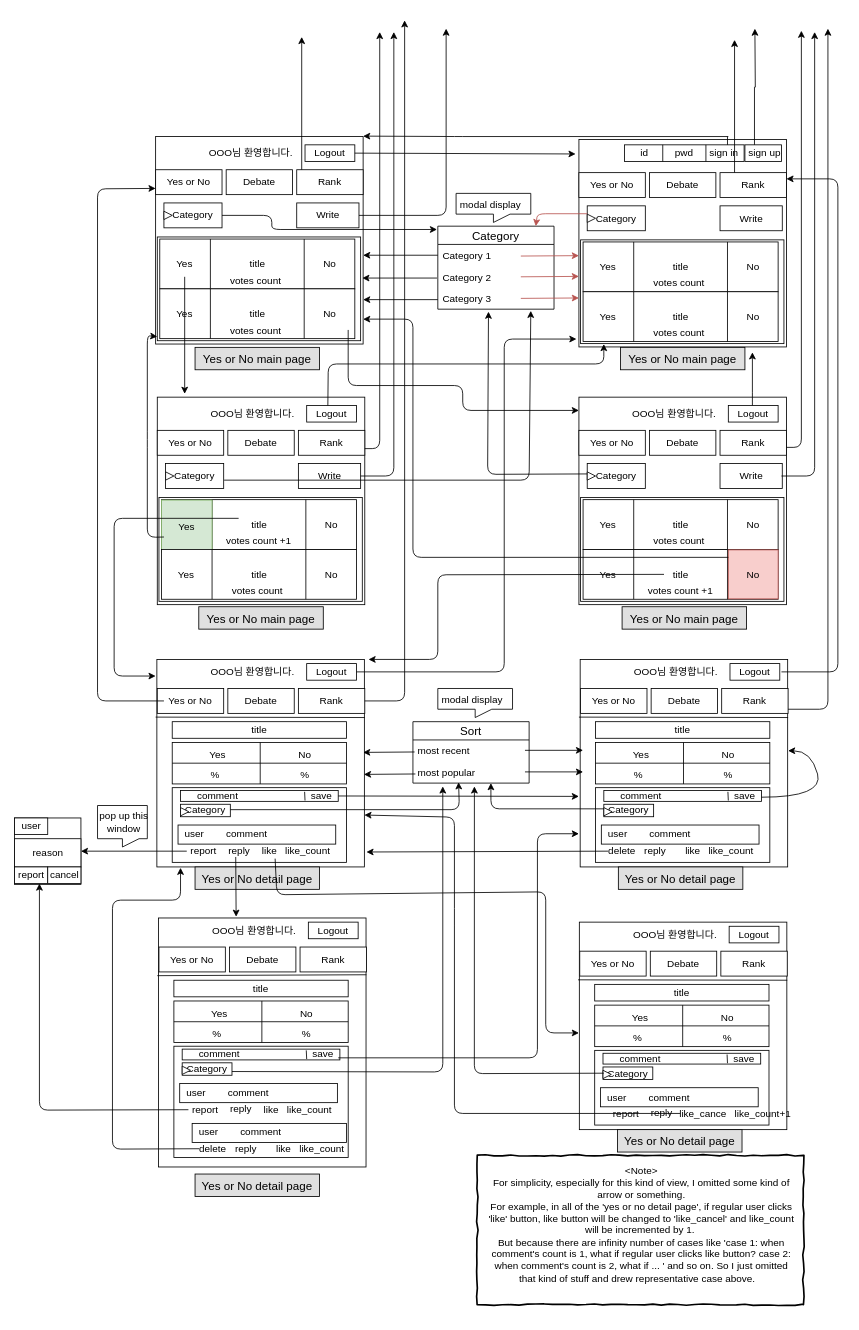
monchana/TalkCraft keeps this draw.io diagram as drawio_images/swpp201901_debate_Diagram.drawio. Above is the earlier version. Source tidied: cells renumbered, new cells numbered last; positions are measured from the earlier drawing's top-left corner, leaving out a move shared by most shapes. Both pictures are drawn from the tidied source at 83%, with x=0, y=0 at pixel (14, 20).
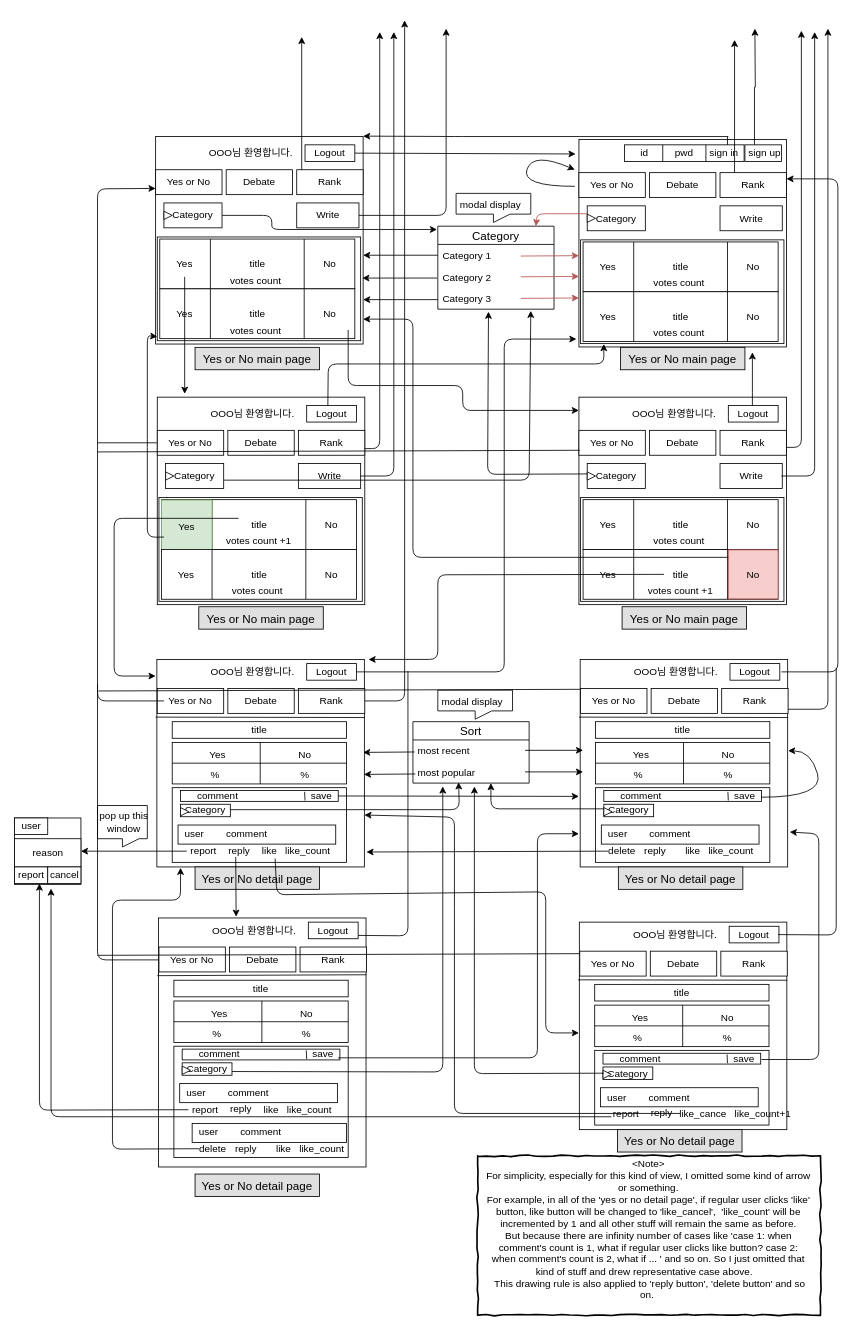
The same diagram, later.

Unchanged cells that the change refers to:
```xml
<mxCell id="171" style="whiteSpace=wrap;html=1;" parent="1" vertex="1">
  <mxGeometry x="681.5" y="770" width="250" height="250" as="geometry" />
</mxCell>
<mxCell id="231" value="cancel" style="html=1;" parent="1" vertex="1">
  <mxGeometry x="40" y="1020" width="40" height="20" as="geometry" />
</mxCell>
```

The edit, as a diff of the source:
```diff
@@
     <mxCell id="2" style="html=1;whiteSpace=wrap;comic=1;strokeWidth=2;fontFamily=Comic Sans MS;fontStyle=1;" parent="1" vertex="1">
-      <mxGeometry x="557.5" y="1367.5" width="393" height="180" as="geometry" />
+      <mxGeometry x="558" y="1368" width="413" height="192" as="geometry" />
     </mxCell>
@@
     <mxCell id="232" style="shape=callout;whiteSpace=wrap;html=1;perimeter=calloutPerimeter;size=10;position=0.5;" parent="1" vertex="1">
-      <mxGeometry x="510" y="805" width="90" height="35" as="geometry" />
+      <mxGeometry x="510" y="807" width="90" height="35" as="geometry" />
     </mxCell>
     <mxCell id="233" value="&amp;nbsp;modal display&lt;br&gt;" style="text;html=1;strokeColor=none;fillColor=none;align=center;verticalAlign=middle;whiteSpace=wrap;rounded=0;" parent="1" vertex="1">
-      <mxGeometry x="510" y="809" width="80" height="20" as="geometry" />
+      <mxGeometry x="510" y="811" width="80" height="20" as="geometry" />
     </mxCell>
@@
-    <mxCell id="314" value="&amp;lt;Note&amp;gt;&lt;br&gt;For simplicity, especially for this kind of view, I omitted some kind of arrow or something. &lt;br&gt;For example, in all of the 'yes or no detail page', if regular user clicks 'like' button, like button will be changed to 'like_cancel' and like_count will be incremented by 1.&amp;nbsp;&lt;br&gt;But because there are infinity number of cases like 'case 1: when comment's count is 1, what if regular user clicks like button? case 2: when comment's count is 2, what if ... ' and so on. So I just omitted that kind of stuff and drew representative case above. &amp;nbsp;&amp;nbsp;&lt;br&gt;&amp;nbsp;" style="text;html=1;strokeColor=none;fillColor=none;align=center;verticalAlign=middle;whiteSpace=wrap;rounded=0;" parent="1" vertex="1">
-      <mxGeometry x="566.5" y="1377.5" width="377" height="160" as="geometry" />
+    <mxCell id="314" value="&amp;lt;Note&amp;gt;&lt;br&gt;For simplicity, especially for this kind of view, I omitted some kind of arrow or something. &lt;br&gt;For example, in all of the 'yes or no detail page', if regular user clicks 'like' button, like button will be changed to 'like_cancel', &amp;nbsp;'like_count' will be incremented by 1 and all other stuff will remain the same as before.&lt;br&gt;But because there are infinity number of cases like 'case 1: when comment's count is 1, what if regular user clicks like button? case 2: when comment's count is 2, what if ... ' and so on. So I just omitted that kind of stuff and drew representative case above. &amp;nbsp;&amp;nbsp;&lt;br&gt;&amp;nbsp;This drawing rule is also applied to 'reply button', 'delete button' and so on.&amp;nbsp;&lt;br&gt;" style="text;html=1;strokeColor=none;fillColor=none;align=center;verticalAlign=middle;whiteSpace=wrap;rounded=0;" parent="1" vertex="1">
+      <mxGeometry x="567" y="1377" width="394" height="160" as="geometry" />
     </mxCell>
+    <mxCell id="315" style="endArrow=classic;html=1;entryX=0.1;entryY=1.3;entryDx=0;entryDy=0;entryPerimeter=0;" parent="1" edge="1" target="231">
+      <mxGeometry relative="1" as="geometry">
+        <mxPoint x="719" y="1321" as="sourcePoint" />
+        <Array as="points">
+          <mxPoint x="44" y="1321" />
+        </Array>
+      </mxGeometry>
+    </mxCell>
+    <mxCell id="316" style="endArrow=classic;html=1;entryX=1.01;entryY=0.832;entryDx=0;entryDy=0;entryPerimeter=0;" parent="1" edge="1" target="171">
+      <mxGeometry relative="1" as="geometry">
+        <mxPoint x="900" y="1252" as="sourcePoint" />
+        <Array as="points">
+          <mxPoint x="969" y="1252" />
+          <mxPoint x="969" y="980" />
+        </Array>
+      </mxGeometry>
+    </mxCell>
+    <mxCell id="317" style="endArrow=none;html=1;" parent="1" edge="1">
+      <mxGeometry relative="1" as="geometry">
+        <mxPoint x="100" y="800" as="sourcePoint" />
+        <mxPoint x="173.5" y="1132" as="targetPoint" />
+        <Array as="points">
+          <mxPoint x="100" y="1132" />
+        </Array>
+      </mxGeometry>
+    </mxCell>
+    <mxCell id="318" style="endArrow=none;html=1;" parent="1" edge="1">
+      <mxGeometry relative="1" as="geometry">
+        <mxPoint x="100" y="509" as="sourcePoint" />
+        <mxPoint x="171.5" y="509" as="targetPoint" />
+      </mxGeometry>
+    </mxCell>
+    <mxCell id="319" style="curved=1;endArrow=classic;html=1;" parent="1" edge="1">
+      <mxGeometry relative="1" as="geometry">
+        <mxPoint x="675" y="200" as="sourcePoint" />
+        <mxPoint x="675" y="180" as="targetPoint" />
+        <Array as="points">
+          <mxPoint x="610" y="200" />
+          <mxPoint x="625" y="158.5" />
+        </Array>
+      </mxGeometry>
+    </mxCell>
+    <mxCell id="320" style="endArrow=none;html=1;" parent="1" edge="1">
+      <mxGeometry relative="1" as="geometry">
+        <mxPoint x="100" y="520" as="sourcePoint" />
+        <mxPoint x="681" y="518" as="targetPoint" />
+      </mxGeometry>
+    </mxCell>
+    <mxCell id="321" style="endArrow=none;html=1;" parent="1" edge="1">
+      <mxGeometry relative="1" as="geometry">
+        <mxPoint x="101" y="808" as="sourcePoint" />
+        <mxPoint x="682" y="806" as="targetPoint" />
+      </mxGeometry>
+    </mxCell>
+    <mxCell id="322" style="endArrow=none;html=1;" parent="1" edge="1">
+      <mxGeometry relative="1" as="geometry">
+        <mxPoint x="100" y="1126.5" as="sourcePoint" />
+        <mxPoint x="681" y="1124.5" as="targetPoint" />
+      </mxGeometry>
+    </mxCell>
+    <mxCell id="323" style="endArrow=none;html=1;" parent="1" edge="1">
+      <mxGeometry relative="1" as="geometry">
+        <mxPoint x="414" y="1102.5" as="sourcePoint" />
+        <mxPoint x="474" y="784" as="targetPoint" />
+        <Array as="points">
+          <mxPoint x="474" y="1103" />
+        </Array>
+      </mxGeometry>
+    </mxCell>
+    <mxCell id="324" style="endArrow=none;html=1;" parent="1" edge="1">
+      <mxGeometry relative="1" as="geometry">
+        <mxPoint x="920" y="1101.5" as="sourcePoint" />
+        <mxPoint x="990" y="780" as="targetPoint" />
+        <Array as="points">
+          <mxPoint x="990" y="1102" />
+        </Array>
+      </mxGeometry>
+    </mxCell>
```
